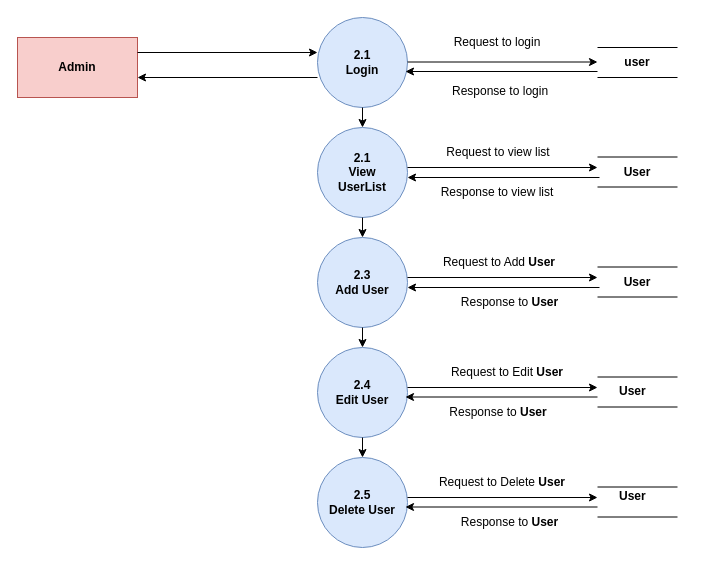
This is BookStore/digrams/Admin_2level[User]dfd.drawio from khushipatel2708/OnlineBookStore, a draw.io file, before an edit. Source tidied: cells renumbered, new cells numbered last; positions are measured from the earlier drawing's top-left corner, leaving out a move shared by most shapes. Both pictures are drawn from the tidied source at 100%, with x=0, y=0 at pixel (17, 17).
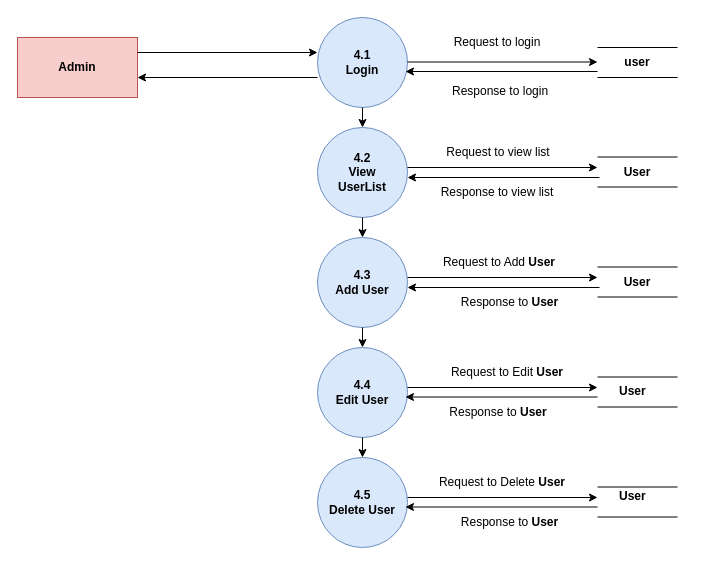
The same page after the edit.

What changed in the source:
```diff
@@
-    <mxCell id="3" value="2.1&lt;div&gt;Login&lt;/div&gt;" style="ellipse;html=1;fillColor=#dae8fc;strokeColor=#6c8ebf;fontStyle=1;textShadow=0;whiteSpace=wrap;" parent="1" vertex="1">
+    <mxCell id="3" value="4.1&lt;div&gt;Login&lt;/div&gt;" style="ellipse;html=1;fillColor=#dae8fc;strokeColor=#6c8ebf;fontStyle=1;textShadow=0;whiteSpace=wrap;" parent="1" vertex="1">
       <mxGeometry x="300" width="90" height="90" as="geometry" />
     </mxCell>
-    <mxCell id="4" value="2.3&lt;div&gt;Add&amp;nbsp;&lt;span style=&quot;background-color: transparent; color: light-dark(rgb(0, 0, 0), rgb(255, 255, 255));&quot;&gt;User&lt;/span&gt;&lt;/div&gt;" style="ellipse;html=1;fillColor=#dae8fc;strokeColor=#6c8ebf;fontStyle=1;textShadow=0;whiteSpace=wrap;" parent="1" vertex="1">
+    <mxCell id="4" value="4.3&lt;div&gt;Add&amp;nbsp;&lt;span style=&quot;background-color: transparent; color: light-dark(rgb(0, 0, 0), rgb(255, 255, 255));&quot;&gt;User&lt;/span&gt;&lt;/div&gt;" style="ellipse;html=1;fillColor=#dae8fc;strokeColor=#6c8ebf;fontStyle=1;textShadow=0;whiteSpace=wrap;" parent="1" vertex="1">
       <mxGeometry x="300" y="220" width="90" height="90" as="geometry" />
     </mxCell>
-    <mxCell id="5" value="2.4&lt;br&gt;Edit User" style="ellipse;html=1;fillColor=#dae8fc;strokeColor=#6c8ebf;fontStyle=1;textShadow=0;whiteSpace=wrap;" parent="1" vertex="1">
+    <mxCell id="5" value="4.4&lt;br&gt;Edit User" style="ellipse;html=1;fillColor=#dae8fc;strokeColor=#6c8ebf;fontStyle=1;textShadow=0;whiteSpace=wrap;" parent="1" vertex="1">
       <mxGeometry x="300" y="330" width="90" height="90" as="geometry" />
     </mxCell>
-    <mxCell id="6" value="2.5&lt;br&gt;Delete User" style="ellipse;html=1;fillColor=#dae8fc;strokeColor=#6c8ebf;fontStyle=1;textShadow=0;whiteSpace=wrap;" parent="1" vertex="1">
+    <mxCell id="6" value="4.5&lt;br&gt;Delete User" style="ellipse;html=1;fillColor=#dae8fc;strokeColor=#6c8ebf;fontStyle=1;textShadow=0;whiteSpace=wrap;" parent="1" vertex="1">
       <mxGeometry x="300" y="440" width="90" height="90" as="geometry" />
     </mxCell>
@@
-    <mxCell id="31" value="2.1&lt;div&gt;View &lt;br&gt;User&lt;span style=&quot;background-color: transparent; color: light-dark(rgb(0, 0, 0), rgb(255, 255, 255));&quot;&gt;List&lt;/span&gt;&lt;/div&gt;" style="ellipse;html=1;fillColor=#dae8fc;strokeColor=#6c8ebf;fontStyle=1;textShadow=0;whiteSpace=wrap;" parent="1" vertex="1">
+    <mxCell id="31" value="4.2&lt;br&gt;&lt;div&gt;View &lt;br&gt;User&lt;span style=&quot;background-color: transparent; color: light-dark(rgb(0, 0, 0), rgb(255, 255, 255));&quot;&gt;List&lt;/span&gt;&lt;/div&gt;" style="ellipse;html=1;fillColor=#dae8fc;strokeColor=#6c8ebf;fontStyle=1;textShadow=0;whiteSpace=wrap;" parent="1" vertex="1">
       <mxGeometry x="300" y="110" width="90" height="90" as="geometry" />
     </mxCell>
```
